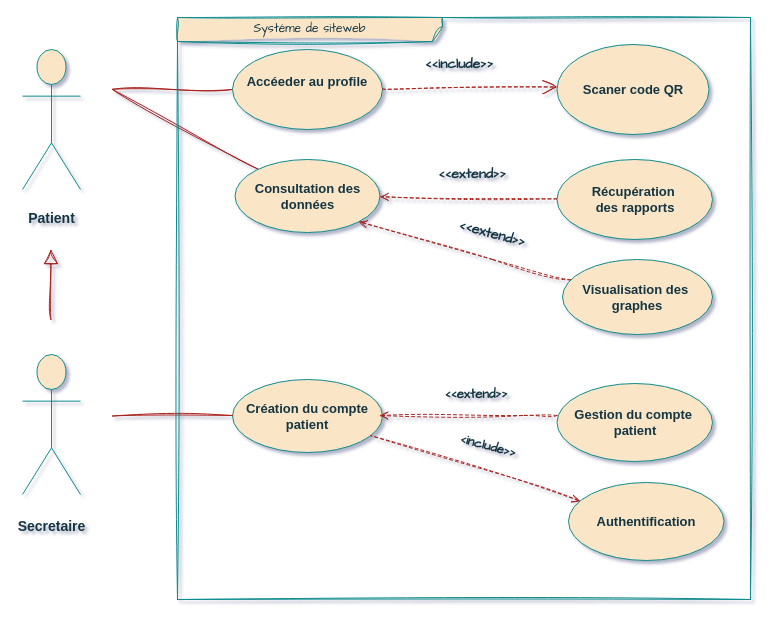
Marwajd/DIAGRAMS keeps this draw.io diagram as page "Page-1" (1 of 4) of Untitled Diagram.drawio. Above is the earlier version. Source tidied: cells renumbered, new cells numbered last; positions are measured from the earlier drawing's top-left corner, leaving out a move shared by most shapes. Both pictures are drawn from the tidied source at 100%, with x=0, y=0 at pixel (22, 17).
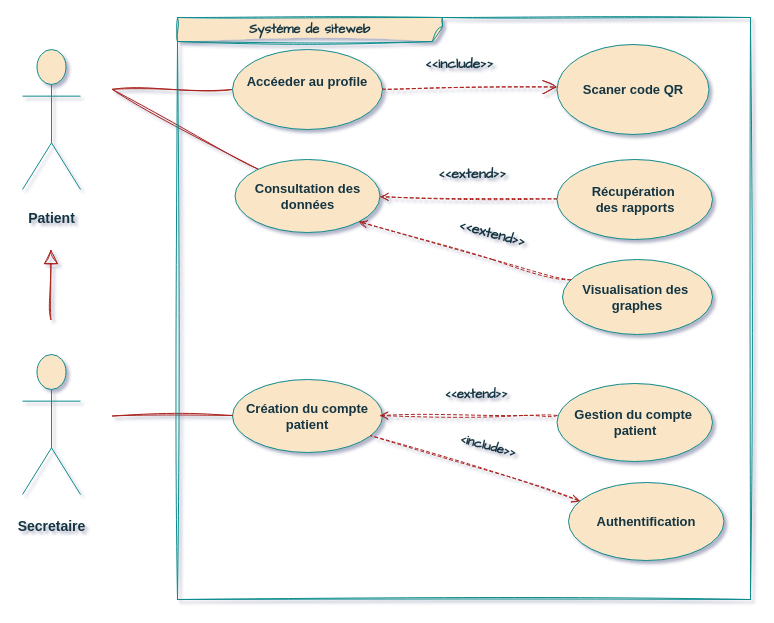
The same page after the edit.

What changed in the source:
```diff
@@
-    <mxCell id="26" value="Systéme de siteweb" style="shape=umlFrame;whiteSpace=wrap;html=1;sketch=1;hachureGap=4;jiggle=2;curveFitting=1;fontFamily=Architects Daughter;width=265;height=24;fillStyle=solid;labelBackgroundColor=none;fillColor=#FAE5C7;strokeColor=#0F8B8D;fontColor=#143642;" parent="1" vertex="1">
+    <mxCell id="26" value="&lt;font style=&quot;font-size: 13px;&quot;&gt;&lt;b&gt;Systéme de siteweb&lt;/b&gt;&lt;/font&gt;" style="shape=umlFrame;whiteSpace=wrap;html=1;sketch=1;hachureGap=4;jiggle=2;curveFitting=1;fontFamily=Architects Daughter;width=265;height=24;fillStyle=solid;labelBackgroundColor=none;fillColor=#FAE5C7;strokeColor=#0F8B8D;fontColor=#143642;" parent="1" vertex="1">
       <mxGeometry x="155" width="573" height="582" as="geometry" />
     </mxCell>
```
